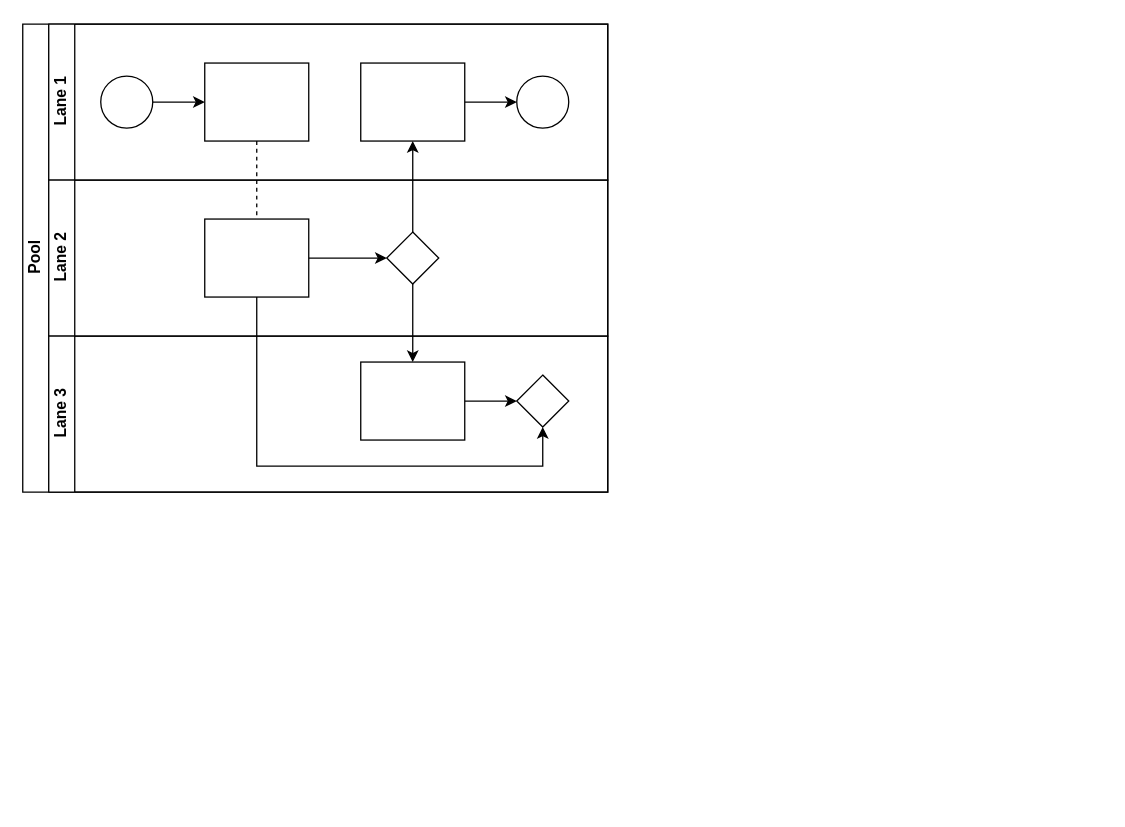
Above: orchestrpay-payment-process.drawio in Shura-mint213/journal (draw.io), before the change. Source tidied: cells renumbered, new cells numbered last; positions are measured from the earlier drawing's top-left corner, leaving out a move shared by most shapes. Both pictures are drawn from the tidied source at 130%, with x=0, y=0 at pixel (22, 23).
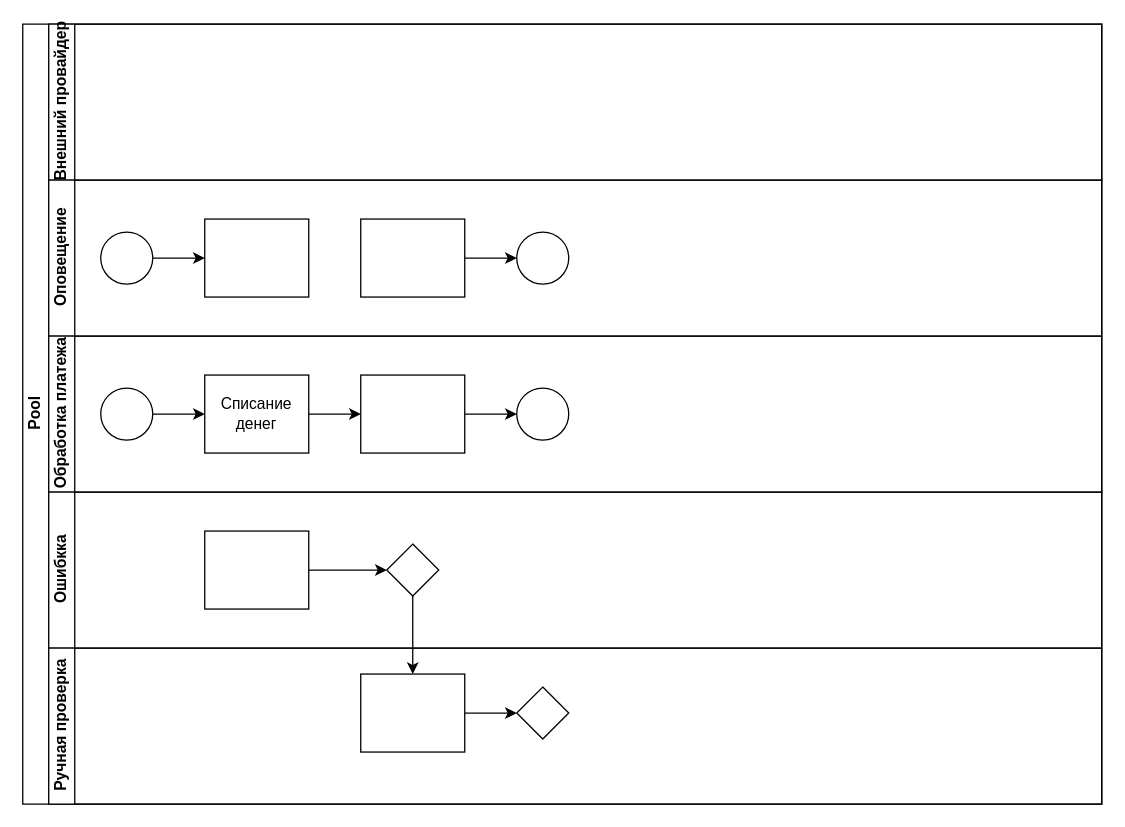
Above is the later version.

The change refers to these unchanged cells:
```xml
<mxCell id="16" style="rounded=0;whiteSpace=wrap;html=1;fontFamily=Helvetica;fontSize=12;fontColor=#000000;align=center;" parent="14" vertex="1">
  <mxGeometry x="120" y="30" width="80" height="60" as="geometry" />
</mxCell>
<mxCell id="17" style="rhombus;whiteSpace=wrap;html=1;fontFamily=Helvetica;fontSize=12;fontColor=#000000;align=center;" parent="14" vertex="1">
  <mxGeometry x="260" y="40" width="40" height="40" as="geometry" />
</mxCell>
<mxCell id="21" style="rhombus;whiteSpace=wrap;html=1;fontFamily=Helvetica;fontSize=12;fontColor=#000000;align=center;" parent="18" vertex="1">
  <mxGeometry x="360" y="30" width="40" height="40" as="geometry" />
</mxCell>
```

Diff of the diagram source:
```diff
@@
     <mxCell id="2" value="Pool" style="swimlane;html=1;horizontal=0;startSize=20;" parent="1" vertex="1">
-      <mxGeometry width="450" height="360" as="geometry" />
+      <mxGeometry width="830" height="600" as="geometry" />
     </mxCell>
-    <mxCell id="3" style="edgeStyle=orthogonalEdgeStyle;rounded=0;jettySize=auto;html=1;dashed=1;endArrow=none;endFill=0;" parent="2" edge="1" source="10" target="16">
-      <mxGeometry relative="1" as="geometry" />
-    </mxCell>
-    <mxCell id="4" style="edgeStyle=orthogonalEdgeStyle;rounded=0;jettySize=auto;html=1;endArrow=classic;endFill=1;" parent="2" edge="1" source="17" target="12">
-      <mxGeometry relative="1" as="geometry" />
-    </mxCell>
@@
-    <mxCell id="6" style="edgeStyle=orthogonalEdgeStyle;rounded=0;jettySize=auto;html=1;endArrow=classic;endFill=1;" parent="2" edge="1" source="16" target="21">
-      <mxGeometry relative="1" as="geometry">
-        <Array as="points">
-          <mxPoint x="180" y="340" />
-          <mxPoint x="400" y="340" />
-        </Array>
-      </mxGeometry>
-    </mxCell>
-    <mxCell id="7" value="Lane 1" style="swimlane;html=1;startSize=20;horizontal=0;" parent="2" vertex="1">
-      <mxGeometry x="20" width="430" height="120" as="geometry" />
+    <mxCell id="7" value="Внешний провайдер" style="swimlane;html=1;startSize=20;horizontal=0;" parent="2" vertex="1">
+      <mxGeometry x="20" width="810" height="120" as="geometry" />
     </mxCell>
-    <mxCell id="8" style="edgeStyle=orthogonalEdgeStyle;rounded=0;jettySize=auto;html=1;" parent="7" edge="1" source="9" target="10">
-      <mxGeometry relative="1" as="geometry" />
-    </mxCell>
-    <mxCell id="9" style="ellipse;whiteSpace=wrap;html=1;" parent="7" vertex="1">
-      <mxGeometry x="40" y="40" width="40" height="40" as="geometry" />
-    </mxCell>
+    <mxCell id="22" value="Оповещение" style="swimlane;html=1;startSize=20;horizontal=0;" parent="2" vertex="1">
+      <mxGeometry x="20" y="120" width="810" height="120" as="geometry" />
+    </mxCell>
+    <mxCell id="23" style="edgeStyle=orthogonalEdgeStyle;rounded=0;jettySize=auto;html=1;" parent="22" edge="1" source="24" target="10">
+      <mxGeometry relative="1" as="geometry" />
+    </mxCell>
+    <mxCell id="24" style="ellipse;whiteSpace=wrap;html=1;" parent="22" vertex="1">
+      <mxGeometry x="40" y="40" width="40" height="40" as="geometry" />
+    </mxCell>
-    <mxCell id="10" style="rounded=0;whiteSpace=wrap;html=1;fontFamily=Helvetica;fontSize=12;fontColor=#000000;align=center;" parent="7" vertex="1">
+    <mxCell id="10" style="rounded=0;whiteSpace=wrap;html=1;fontFamily=Helvetica;fontSize=12;fontColor=#000000;align=center;" parent="22" vertex="1">
       <mxGeometry x="120" y="30" width="80" height="60" as="geometry" />
     </mxCell>
-    <mxCell id="11" style="edgeStyle=orthogonalEdgeStyle;rounded=0;jettySize=auto;html=1;endArrow=classic;endFill=1;" parent="7" edge="1" source="12" target="13">
-      <mxGeometry relative="1" as="geometry" />
-    </mxCell>
-    <mxCell id="12" style="rounded=0;whiteSpace=wrap;html=1;fontFamily=Helvetica;fontSize=12;fontColor=#000000;align=center;" parent="7" vertex="1">
-      <mxGeometry x="240" y="30" width="80" height="60" as="geometry" />
-    </mxCell>
-    <mxCell id="13" style="ellipse;whiteSpace=wrap;html=1;" parent="7" vertex="1">
-      <mxGeometry x="360" y="40" width="40" height="40" as="geometry" />
-    </mxCell>
+    <mxCell id="25" style="edgeStyle=orthogonalEdgeStyle;rounded=0;jettySize=auto;html=1;endArrow=classic;endFill=1;" parent="22" edge="1" source="26" target="27">
+      <mxGeometry relative="1" as="geometry" />
+    </mxCell>
+    <mxCell id="26" style="rounded=0;whiteSpace=wrap;html=1;fontFamily=Helvetica;fontSize=12;fontColor=#000000;align=center;" parent="22" vertex="1">
+      <mxGeometry x="240" y="30" width="80" height="60" as="geometry" />
+    </mxCell>
+    <mxCell id="27" style="ellipse;whiteSpace=wrap;html=1;" parent="22" vertex="1">
+      <mxGeometry x="360" y="40" width="40" height="40" as="geometry" />
+    </mxCell>
+    <mxCell id="28" value="Обработка платежа" style="swimlane;html=1;startSize=20;horizontal=0;" parent="2" vertex="1">
+      <mxGeometry x="20" y="240" width="810" height="120" as="geometry" />
+    </mxCell>
+    <mxCell id="29" style="edgeStyle=orthogonalEdgeStyle;rounded=0;jettySize=auto;html=1;" parent="28" edge="1" source="30" target="32">
+      <mxGeometry relative="1" as="geometry" />
+    </mxCell>
+    <mxCell id="30" style="ellipse;whiteSpace=wrap;html=1;" parent="28" vertex="1">
+      <mxGeometry x="40" y="40" width="40" height="40" as="geometry" />
+    </mxCell>
+    <mxCell id="31" style="edgeStyle=orthogonalEdgeStyle;rounded=0;jettySize=auto;html=1;" parent="28" edge="1" source="32" target="34">
+      <mxGeometry relative="1" as="geometry" />
+    </mxCell>
+    <mxCell id="32" value="Списание денег" style="rounded=0;whiteSpace=wrap;html=1;fontFamily=Helvetica;fontSize=12;fontColor=#000000;align=center;" parent="28" vertex="1">
+      <mxGeometry x="120" y="30" width="80" height="60" as="geometry" />
+    </mxCell>
+    <mxCell id="33" style="edgeStyle=orthogonalEdgeStyle;rounded=0;jettySize=auto;html=1;endArrow=classic;endFill=1;" parent="28" edge="1" source="34" target="35">
+      <mxGeometry relative="1" as="geometry" />
+    </mxCell>
+    <mxCell id="34" style="rounded=0;whiteSpace=wrap;html=1;fontFamily=Helvetica;fontSize=12;fontColor=#000000;align=center;" parent="28" vertex="1">
+      <mxGeometry x="240" y="30" width="80" height="60" as="geometry" />
+    </mxCell>
+    <mxCell id="35" style="ellipse;whiteSpace=wrap;html=1;" parent="28" vertex="1">
+      <mxGeometry x="360" y="40" width="40" height="40" as="geometry" />
+    </mxCell>
-    <mxCell id="14" value="Lane 2" style="swimlane;html=1;startSize=20;horizontal=0;" parent="2" vertex="1">
-      <mxGeometry x="20" y="120" width="430" height="120" as="geometry" />
+    <mxCell id="14" value="Ошибкка" style="swimlane;html=1;startSize=20;horizontal=0;" parent="2" vertex="1">
+      <mxGeometry x="20" y="360" width="810" height="120" as="geometry" />
     </mxCell>
@@
-    <mxCell id="18" value="Lane 3" style="swimlane;html=1;startSize=20;horizontal=0;" parent="2" vertex="1">
-      <mxGeometry x="20" y="240" width="430" height="120" as="geometry" />
+    <mxCell id="18" value="Ручная проверка" style="swimlane;html=1;startSize=20;horizontal=0;" parent="2" vertex="1">
+      <mxGeometry x="20" y="480" width="810" height="120" as="geometry" />
     </mxCell>
```
